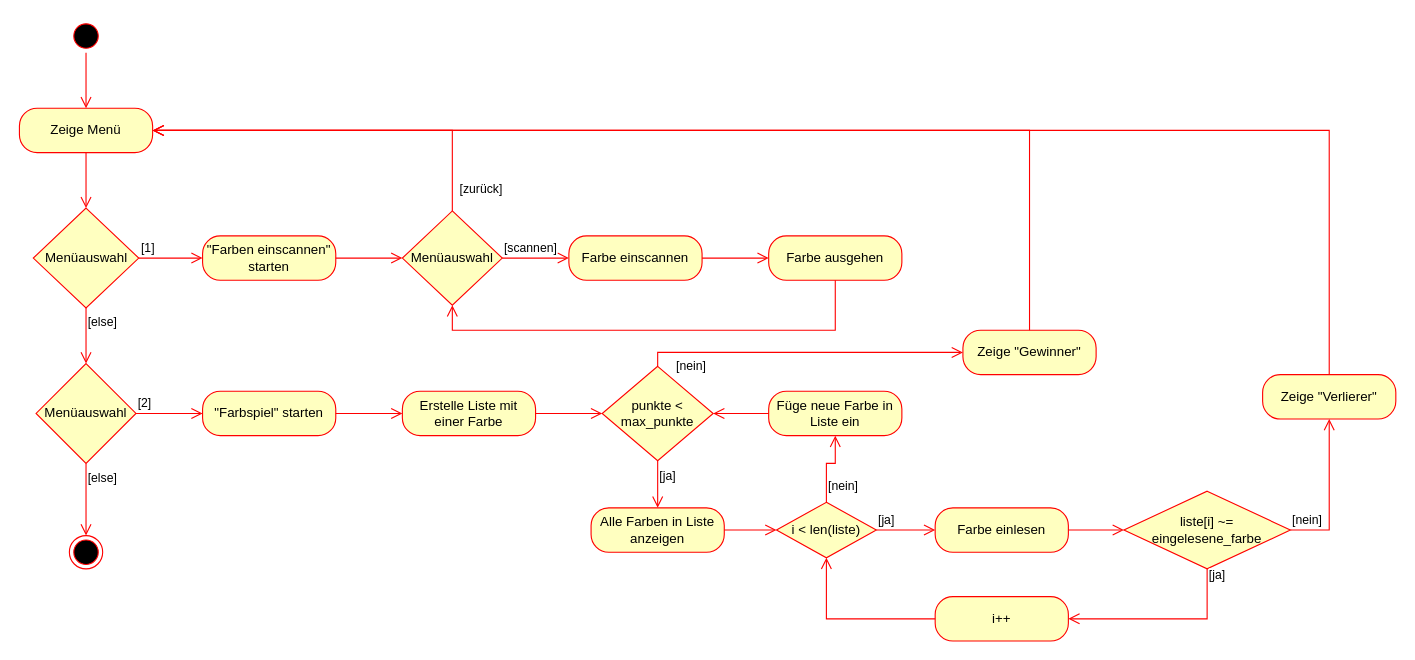
Above: Diagramme/Aktivitätsdiagramm.drawio in patznanu/farberkennungsspiel (draw.io), before the change. Source tidied: cells renumbered, new cells numbered last; positions are measured from the earlier drawing's top-left corner, leaving out a move shared by most shapes. Both pictures are drawn from the tidied source at 111%, with x=0, y=0 at pixel (19, 19).
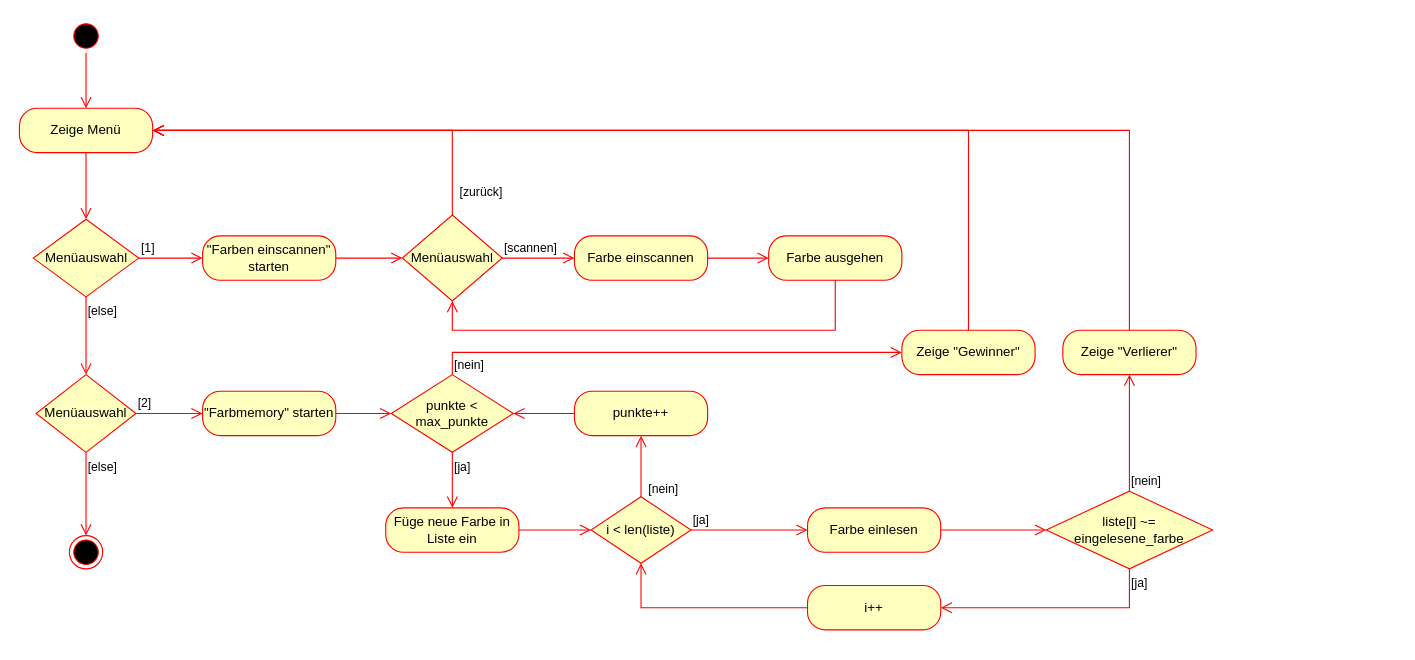
Above is the later version.

The change refers to these unchanged cells:
```xml
<mxCell id="4" value="Zeige Menü" style="rounded=1;whiteSpace=wrap;html=1;arcSize=40;fontColor=#000000;fillColor=#ffffc0;strokeColor=#ff0000;" parent="1" vertex="1">
  <mxGeometry y="80" width="120" height="40" as="geometry" />
</mxCell>
```

What changed in the source:
```diff
@@
     <mxCell id="6" value="Menüauswahl" style="rhombus;whiteSpace=wrap;html=1;fontColor=#000000;fillColor=#ffffc0;strokeColor=#ff0000;" parent="1" vertex="1">
-      <mxGeometry x="12.5" y="170" width="95" height="90" as="geometry" />
+      <mxGeometry x="12.5" y="180" width="95" height="70" as="geometry" />
     </mxCell>
@@
     <mxCell id="11" value="Menüauswahl" style="rhombus;whiteSpace=wrap;html=1;fontColor=#000000;fillColor=#ffffc0;strokeColor=#ff0000;" parent="1" vertex="1">
-      <mxGeometry x="15" y="310" width="90" height="90" as="geometry" />
+      <mxGeometry x="15" y="320" width="90" height="70" as="geometry" />
     </mxCell>
@@
-    <mxCell id="14" value="&quot;Farbspiel&quot; starten" style="rounded=1;whiteSpace=wrap;html=1;arcSize=40;fontColor=#000000;fillColor=#ffffc0;strokeColor=#ff0000;" parent="1" vertex="1">
+    <mxCell id="14" value="&quot;Farbmemory&quot; starten" style="rounded=1;whiteSpace=wrap;html=1;arcSize=40;fontColor=#000000;fillColor=#ffffc0;strokeColor=#ff0000;" parent="1" vertex="1">
       <mxGeometry x="165" y="335" width="120" height="40" as="geometry" />
     </mxCell>
-    <mxCell id="15" style="edgeStyle=orthogonalEdgeStyle;html=1;verticalAlign=bottom;endArrow=open;endSize=8;strokeColor=#ff0000;rounded=0;" parent="1" edge="1" source="14" target="24">
+    <mxCell id="15" style="edgeStyle=orthogonalEdgeStyle;html=1;verticalAlign=bottom;endArrow=open;endSize=8;strokeColor=#ff0000;rounded=0;entryX=0;entryY=0.5;entryDx=0;entryDy=0;" parent="1" edge="1" source="14" target="26">
       <mxGeometry relative="1" as="geometry" />
     </mxCell>
@@
     <mxCell id="17" value="Menüauswahl" style="rhombus;whiteSpace=wrap;html=1;fontColor=#000000;fillColor=#ffffc0;strokeColor=#ff0000;" parent="1" vertex="1">
-      <mxGeometry x="345" y="172.5" width="90" height="85" as="geometry" />
+      <mxGeometry x="345" y="176.2" width="90" height="77.5" as="geometry" />
     </mxCell>
@@
     <mxCell id="20" value="Farbe einscannen" style="rounded=1;whiteSpace=wrap;html=1;arcSize=40;fontColor=#000000;fillColor=#ffffc0;strokeColor=#ff0000;" parent="1" vertex="1">
-      <mxGeometry x="495" y="195" width="120" height="40" as="geometry" />
+      <mxGeometry x="500" y="195" width="120" height="40" as="geometry" />
     </mxCell>
@@
-    <mxCell id="24" value="Erstelle Liste mit einer Farbe" style="rounded=1;whiteSpace=wrap;html=1;arcSize=40;fontColor=#000000;fillColor=#ffffc0;strokeColor=#ff0000;" parent="1" vertex="1">
-      <mxGeometry x="345" y="335" width="120" height="40" as="geometry" />
-    </mxCell>
-    <mxCell id="25" style="edgeStyle=orthogonalEdgeStyle;html=1;verticalAlign=bottom;endArrow=open;endSize=8;strokeColor=#ff0000;rounded=0;" parent="1" edge="1" source="24" target="26">
-      <mxGeometry relative="1" as="geometry" />
-    </mxCell>
+    <mxCell id="36" value="Zeige &quot;Gewinner&quot;" style="rounded=1;whiteSpace=wrap;html=1;arcSize=40;fontColor=#000000;fillColor=#ffffc0;strokeColor=#ff0000;" parent="1" vertex="1">
+      <mxGeometry x="795" y="280" width="120" height="40" as="geometry" />
+    </mxCell>
+    <mxCell id="37" style="edgeStyle=orthogonalEdgeStyle;html=1;verticalAlign=bottom;endArrow=open;endSize=8;strokeColor=#ff0000;rounded=0;entryX=1;entryY=0.5;entryDx=0;entryDy=0;exitX=0.5;exitY=0;exitDx=0;exitDy=0;" parent="1" edge="1" source="36" target="4">
+      <mxGeometry relative="1" as="geometry">
+        <Array as="points">
+          <mxPoint x="855" y="100" />
+        </Array>
+      </mxGeometry>
+    </mxCell>
+    <mxCell id="39" value="Zeige &quot;Verlierer&quot;" style="rounded=1;whiteSpace=wrap;html=1;arcSize=40;fontColor=#000000;fillColor=#ffffc0;strokeColor=#ff0000;" parent="1" vertex="1">
+      <mxGeometry x="940" y="280" width="120" height="40" as="geometry" />
+    </mxCell>
+    <mxCell id="41" style="edgeStyle=orthogonalEdgeStyle;html=1;verticalAlign=bottom;endArrow=open;endSize=8;strokeColor=#ff0000;rounded=0;entryX=1;entryY=0.5;entryDx=0;entryDy=0;exitX=0.5;exitY=0;exitDx=0;exitDy=0;" parent="1" edge="1" source="39" target="4">
+      <mxGeometry relative="1" as="geometry">
+        <Array as="points">
+          <mxPoint x="1000" y="100" />
+        </Array>
+      </mxGeometry>
+    </mxCell>
     <mxCell id="26" value="punkte &amp;lt; max_punkte" style="rhombus;whiteSpace=wrap;html=1;fontColor=#000000;fillColor=#ffffc0;strokeColor=#ff0000;" parent="1" vertex="1">
-      <mxGeometry x="525" y="312.5" width="100" height="85" as="geometry" />
+      <mxGeometry x="335" y="320" width="110" height="70" as="geometry" />
     </mxCell>
+    <mxCell id="38" value="[nein]" style="edgeStyle=orthogonalEdgeStyle;html=1;align=left;verticalAlign=bottom;endArrow=open;endSize=8;strokeColor=#ff0000;rounded=0;exitX=0.5;exitY=0;exitDx=0;exitDy=0;entryX=0;entryY=0.5;entryDx=0;entryDy=0;" parent="1" edge="1" source="26" target="36">
+      <mxGeometry x="-1" relative="1" as="geometry" />
+    </mxCell>
-    <mxCell id="27" value="[ja]" style="edgeStyle=orthogonalEdgeStyle;html=1;align=left;verticalAlign=top;endArrow=open;endSize=8;strokeColor=#ff0000;rounded=0;" parent="1" edge="1" source="26" target="28">
+    <mxCell id="27" value="[ja]" style="edgeStyle=orthogonalEdgeStyle;html=1;align=left;verticalAlign=top;endArrow=open;endSize=8;strokeColor=#ff0000;rounded=0;" parent="1" edge="1" source="26" target="45">
       <mxGeometry x="-1" relative="1" as="geometry" />
     </mxCell>
-    <mxCell id="28" value="Alle Farben in Liste anzeigen" style="rounded=1;whiteSpace=wrap;html=1;arcSize=40;fontColor=#000000;fillColor=#ffffc0;strokeColor=#ff0000;" parent="1" vertex="1">
-      <mxGeometry x="515" y="440" width="120" height="40" as="geometry" />
-    </mxCell>
-    <mxCell id="29" style="edgeStyle=orthogonalEdgeStyle;html=1;verticalAlign=bottom;endArrow=open;endSize=8;strokeColor=#ff0000;rounded=0;" parent="1" edge="1" source="28" target="30">
-      <mxGeometry relative="1" as="geometry" />
-    </mxCell>
+    <mxCell id="45" value="Füge neue Farbe in Liste ein" style="rounded=1;whiteSpace=wrap;html=1;arcSize=40;fontColor=#000000;fillColor=#ffffc0;strokeColor=#ff0000;" parent="1" vertex="1">
+      <mxGeometry x="330" y="440" width="120" height="40" as="geometry" />
+    </mxCell>
+    <mxCell id="47" style="edgeStyle=orthogonalEdgeStyle;html=1;verticalAlign=bottom;endArrow=open;endSize=8;strokeColor=#ff0000;rounded=0;entryX=0;entryY=0.5;entryDx=0;entryDy=0;" parent="1" edge="1" source="45" target="30">
+      <mxGeometry relative="1" as="geometry" />
+    </mxCell>
     <mxCell id="30" value="i &amp;lt; len(liste)" style="rhombus;whiteSpace=wrap;html=1;fontColor=#000000;fillColor=#ffffc0;strokeColor=#ff0000;" parent="1" vertex="1">
-      <mxGeometry x="682" y="435" width="90" height="50" as="geometry" />
+      <mxGeometry x="515" y="430" width="90" height="60" as="geometry" />
     </mxCell>
@@
-    <mxCell id="32" value="[nein]" style="edgeStyle=orthogonalEdgeStyle;html=1;align=left;verticalAlign=top;endArrow=open;endSize=8;strokeColor=#ff0000;rounded=0;entryX=0.5;entryY=1;entryDx=0;entryDy=0;exitX=0.5;exitY=0;exitDx=0;exitDy=0;" parent="1" edge="1" source="30" target="45">
-      <mxGeometry x="-0.18" relative="1" as="geometry">
-        <Array as="points">
-          <mxPoint x="727" y="400" />
-          <mxPoint x="735" y="400" />
-        </Array>
-      </mxGeometry>
-    </mxCell>
+    <mxCell id="48" value="[nein]" style="edgeStyle=orthogonalEdgeStyle;html=1;align=left;verticalAlign=top;endArrow=open;endSize=8;strokeColor=#ff0000;rounded=0;exitX=0.5;exitY=0;exitDx=0;exitDy=0;" parent="1" edge="1" source="30" target="49">
+      <mxGeometry x="-0.27" y="-5" relative="1" as="geometry" />
+    </mxCell>
+    <mxCell id="49" value="punkte++" style="rounded=1;whiteSpace=wrap;html=1;arcSize=40;fontColor=#000000;fillColor=#ffffc0;strokeColor=#ff0000;" parent="1" vertex="1">
+      <mxGeometry x="500" y="335" width="120" height="40" as="geometry" />
+    </mxCell>
+    <mxCell id="50" style="edgeStyle=orthogonalEdgeStyle;html=1;verticalAlign=bottom;endArrow=open;endSize=8;strokeColor=#ff0000;rounded=0;entryX=1;entryY=0.5;entryDx=0;entryDy=0;" parent="1" edge="1" source="49" target="26">
+      <mxGeometry relative="1" as="geometry" />
+    </mxCell>
     <mxCell id="33" value="Farbe einlesen" style="rounded=1;whiteSpace=wrap;html=1;arcSize=40;fontColor=#000000;fillColor=#ffffc0;strokeColor=#ff0000;" parent="1" vertex="1">
-      <mxGeometry x="825" y="440" width="120" height="40" as="geometry" />
+      <mxGeometry x="710" y="440" width="120" height="40" as="geometry" />
     </mxCell>
-    <mxCell id="34" style="edgeStyle=orthogonalEdgeStyle;html=1;verticalAlign=bottom;endArrow=open;endSize=8;strokeColor=#ff0000;rounded=0;" parent="1" edge="1" source="33" target="35">
+    <mxCell id="34" style="edgeStyle=orthogonalEdgeStyle;html=1;verticalAlign=bottom;endArrow=open;endSize=8;strokeColor=#ff0000;rounded=0;entryX=0;entryY=0.5;entryDx=0;entryDy=0;" parent="1" edge="1" source="33" target="35">
       <mxGeometry relative="1" as="geometry" />
     </mxCell>
     <mxCell id="35" value="liste[i] ~= eingelesene_farbe" style="rhombus;whiteSpace=wrap;html=1;fontColor=#000000;fillColor=#ffffc0;strokeColor=#ff0000;" parent="1" vertex="1">
-      <mxGeometry x="995" y="425" width="150" height="70" as="geometry" />
+      <mxGeometry x="925" y="425" width="150" height="70" as="geometry" />
     </mxCell>
-    <mxCell id="36" value="Zeige &quot;Gewinner&quot;" style="rounded=1;whiteSpace=wrap;html=1;arcSize=40;fontColor=#000000;fillColor=#ffffc0;strokeColor=#ff0000;" parent="1" vertex="1">
-      <mxGeometry x="850" y="280" width="120" height="40" as="geometry" />
-    </mxCell>
-    <mxCell id="37" style="edgeStyle=orthogonalEdgeStyle;html=1;verticalAlign=bottom;endArrow=open;endSize=8;strokeColor=#ff0000;rounded=0;entryX=1;entryY=0.5;entryDx=0;entryDy=0;exitX=0.5;exitY=0;exitDx=0;exitDy=0;" parent="1" edge="1" source="36" target="4">
-      <mxGeometry relative="1" as="geometry">
-        <Array as="points">
-          <mxPoint x="910" y="100" />
-        </Array>
-      </mxGeometry>
-    </mxCell>
-    <mxCell id="38" value="[nein]" style="edgeStyle=orthogonalEdgeStyle;html=1;align=left;verticalAlign=bottom;endArrow=open;endSize=8;strokeColor=#ff0000;rounded=0;exitX=0.5;exitY=0;exitDx=0;exitDy=0;" parent="1" edge="1" source="26" target="36">
-      <mxGeometry x="-1" y="-17" relative="1" as="geometry">
-        <mxPoint x="-2" y="8" as="offset" />
-      </mxGeometry>
-    </mxCell>
-    <mxCell id="39" value="Zeige &quot;Verlierer&quot;" style="rounded=1;whiteSpace=wrap;html=1;arcSize=40;fontColor=#000000;fillColor=#ffffc0;strokeColor=#ff0000;" parent="1" vertex="1">
-      <mxGeometry x="1120" y="320" width="120" height="40" as="geometry" />
-    </mxCell>
-    <mxCell id="40" value="[nein]" style="edgeStyle=orthogonalEdgeStyle;html=1;align=left;verticalAlign=bottom;endArrow=open;endSize=8;strokeColor=#ff0000;rounded=0;exitX=1;exitY=0.5;exitDx=0;exitDy=0;" parent="1" edge="1" source="35" target="39">
+    <mxCell id="40" value="[nein]" style="edgeStyle=orthogonalEdgeStyle;html=1;align=left;verticalAlign=bottom;endArrow=open;endSize=8;strokeColor=#ff0000;rounded=0;" parent="1" edge="1" source="35" target="39">
       <mxGeometry x="-1" relative="1" as="geometry" />
     </mxCell>
-    <mxCell id="41" style="edgeStyle=orthogonalEdgeStyle;html=1;verticalAlign=bottom;endArrow=open;endSize=8;strokeColor=#ff0000;rounded=0;entryX=1;entryY=0.5;entryDx=0;entryDy=0;exitX=0.5;exitY=0;exitDx=0;exitDy=0;" parent="1" edge="1" source="39" target="4">
-      <mxGeometry relative="1" as="geometry">
-        <Array as="points">
-          <mxPoint x="1180" y="100" />
-        </Array>
-      </mxGeometry>
-    </mxCell>
+    <mxCell id="44" value="[ja]" style="edgeStyle=orthogonalEdgeStyle;html=1;align=left;verticalAlign=top;endArrow=open;endSize=8;strokeColor=#ff0000;rounded=0;entryX=1;entryY=0.5;entryDx=0;entryDy=0;exitX=0.5;exitY=1;exitDx=0;exitDy=0;" parent="1" edge="1" source="35" target="42">
+      <mxGeometry x="-1" relative="1" as="geometry" />
+    </mxCell>
     <mxCell id="42" value="i++" style="rounded=1;whiteSpace=wrap;html=1;arcSize=40;fontColor=#000000;fillColor=#ffffc0;strokeColor=#ff0000;" parent="1" vertex="1">
-      <mxGeometry x="825" y="520" width="120" height="40" as="geometry" />
+      <mxGeometry x="710" y="510" width="120" height="40" as="geometry" />
     </mxCell>
@@
-    <mxCell id="44" value="[ja]" style="edgeStyle=orthogonalEdgeStyle;html=1;align=left;verticalAlign=bottom;endArrow=open;endSize=8;strokeColor=#ff0000;rounded=0;exitX=0.5;exitY=1;exitDx=0;exitDy=0;entryX=1;entryY=0.5;entryDx=0;entryDy=0;" parent="1" edge="1" source="35" target="42">
-      <mxGeometry x="-0.82" relative="1" as="geometry" />
-    </mxCell>
-    <mxCell id="45" value="Füge neue Farbe in Liste ein" style="rounded=1;whiteSpace=wrap;html=1;arcSize=40;fontColor=#000000;fillColor=#ffffc0;strokeColor=#ff0000;" parent="1" vertex="1">
-      <mxGeometry x="675" y="335" width="120" height="40" as="geometry" />
-    </mxCell>
-    <mxCell id="46" style="edgeStyle=orthogonalEdgeStyle;html=1;verticalAlign=bottom;endArrow=open;endSize=8;strokeColor=#ff0000;rounded=0;entryX=1;entryY=0.5;entryDx=0;entryDy=0;exitX=0;exitY=0.5;exitDx=0;exitDy=0;" parent="1" edge="1" source="45" target="26">
-      <mxGeometry relative="1" as="geometry" />
-    </mxCell>
```
